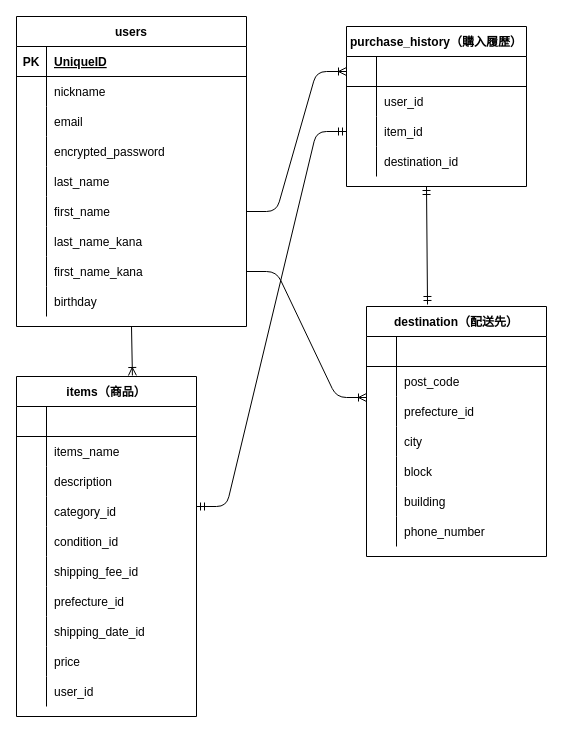
Earlier version of the draw.io diagram furima.dio (btpgy54/furima-37674). Source tidied: cells renumbered, new cells numbered last; positions are measured from the earlier drawing's top-left corner, leaving out a move shared by most shapes. Both pictures are drawn from the tidied source at 100%, with x=0, y=0 at pixel (16, 16).
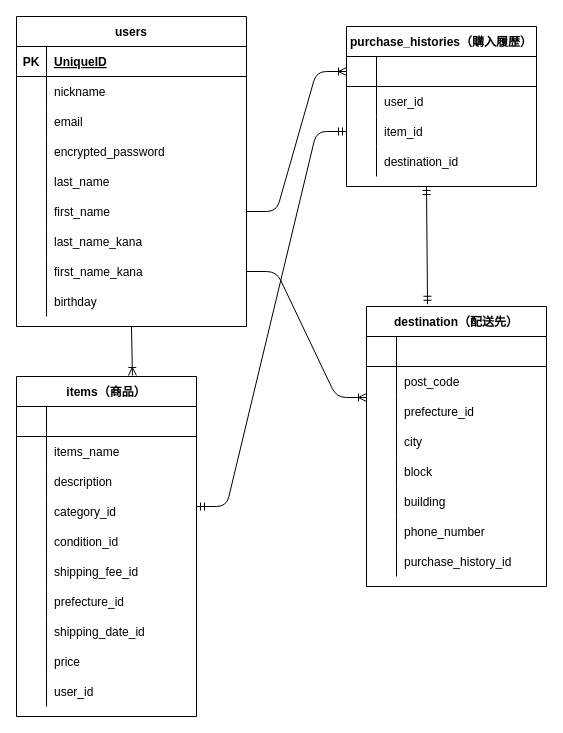
The same page after the edit.

Commit message (it also covers changes not shown here):
データベース設計の修正

What changed in the source:
```diff
@@
     <mxCell id="30" value="destination（配送先）" style="shape=table;startSize=30;childLayout=tableLayout;rowLines=0;fontStyle=1;align=center;" parent="1" vertex="1">
-      <mxGeometry x="350" y="290" width="180" height="250" as="geometry" />
+      <mxGeometry x="350" y="290" width="180" height="280" as="geometry" />
     </mxCell>
@@
+    <mxCell id="101" style="shape=partialRectangle;fillColor=none;top=0;left=0;bottom=0;right=0;" parent="30" vertex="1">
+      <mxGeometry y="240" width="180" height="30" as="geometry" />
+    </mxCell>
+    <mxCell id="102" style="shape=partialRectangle;fillColor=none;top=0;left=0;bottom=0;right=0;overflow=hidden;" parent="101" vertex="1">
+      <mxGeometry width="30" height="30" as="geometry" />
+    </mxCell>
+    <mxCell id="103" value="purchase_history_id" style="shape=partialRectangle;fillColor=none;top=0;left=0;bottom=0;right=0;align=left;spacingLeft=6;overflow=hidden;" parent="101" vertex="1">
+      <mxGeometry x="30" width="150" height="30" as="geometry" />
+    </mxCell>
@@
-    <mxCell id="85" value="purchase_history（購入履歴）" style="shape=table;startSize=30;childLayout=tableLayout;rowLines=0;fontStyle=1;align=center;" parent="1" vertex="1">
-      <mxGeometry x="330" y="10" width="180" height="160" as="geometry" />
+    <mxCell id="85" value="purchase_histories（購入履歴）" style="shape=table;startSize=30;childLayout=tableLayout;rowLines=0;fontStyle=1;align=center;" parent="1" vertex="1">
+      <mxGeometry x="330" y="10" width="190" height="160" as="geometry" />
     </mxCell>
     <mxCell id="86" style="shape=partialRectangle;fillColor=none;top=0;left=0;bottom=1;right=0;points=[[0,0.5],[1,0.5]];portConstraint=eastwest;" parent="85" vertex="1">
-      <mxGeometry y="30" width="180" height="30" as="geometry" />
+      <mxGeometry y="30" width="190" height="30" as="geometry" />
     </mxCell>
@@
     <mxCell id="88" style="shape=partialRectangle;fillColor=none;top=0;left=0;bottom=0;right=0;align=left;spacingLeft=6;fontStyle=5;overflow=hidden;" parent="86" vertex="1">
-      <mxGeometry x="30" width="150" height="30" as="geometry" />
+      <mxGeometry x="30" width="160" height="30" as="geometry" />
     </mxCell>
     <mxCell id="89" style="shape=partialRectangle;fillColor=none;top=0;left=0;bottom=0;right=0;" parent="85" vertex="1">
-      <mxGeometry y="60" width="180" height="30" as="geometry" />
+      <mxGeometry y="60" width="190" height="30" as="geometry" />
     </mxCell>
@@
     <mxCell id="91" value="user_id" style="shape=partialRectangle;fillColor=none;top=0;left=0;bottom=0;right=0;align=left;spacingLeft=6;overflow=hidden;" parent="89" vertex="1">
-      <mxGeometry x="30" width="150" height="30" as="geometry" />
+      <mxGeometry x="30" width="160" height="30" as="geometry" />
     </mxCell>
     <mxCell id="92" style="shape=partialRectangle;fillColor=none;top=0;left=0;bottom=0;right=0;points=[[0,0.5],[1,0.5]];portConstraint=eastwest;" parent="85" vertex="1">
-      <mxGeometry y="90" width="180" height="30" as="geometry" />
+      <mxGeometry y="90" width="190" height="30" as="geometry" />
     </mxCell>
@@
     <mxCell id="94" value="item_id" style="shape=partialRectangle;fillColor=none;top=0;left=0;bottom=0;right=0;align=left;spacingLeft=6;overflow=hidden;" parent="92" vertex="1">
-      <mxGeometry x="30" width="150" height="30" as="geometry" />
+      <mxGeometry x="30" width="160" height="30" as="geometry" />
     </mxCell>
     <mxCell id="95" style="shape=partialRectangle;fillColor=none;top=0;left=0;bottom=0;right=0;" parent="85" vertex="1">
-      <mxGeometry y="120" width="180" height="30" as="geometry" />
+      <mxGeometry y="120" width="190" height="30" as="geometry" />
     </mxCell>
@@
     <mxCell id="97" value="destination_id" style="shape=partialRectangle;fillColor=none;top=0;left=0;bottom=0;right=0;align=left;spacingLeft=6;overflow=hidden;" parent="95" vertex="1">
-      <mxGeometry x="30" width="150" height="30" as="geometry" />
+      <mxGeometry x="30" width="160" height="30" as="geometry" />
     </mxCell>
```
